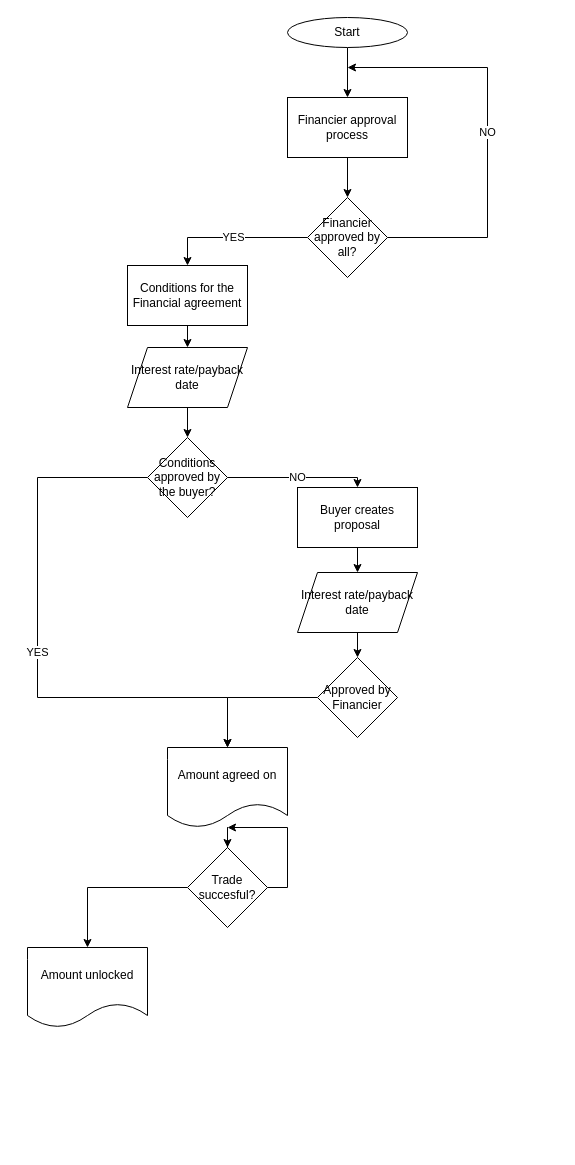
Above: Module_1/Lab_3_Algorithmization/Untitled Diagram.drawio in marciafof/DAFT_0116_OTALORAMarcia (draw.io), before the change. Source tidied: cells renumbered, new cells numbered last; positions are measured from the earlier drawing's top-left corner, leaving out a move shared by most shapes. Both pictures are drawn from the tidied source at 100%, with x=0, y=0 at pixel (27, 17).
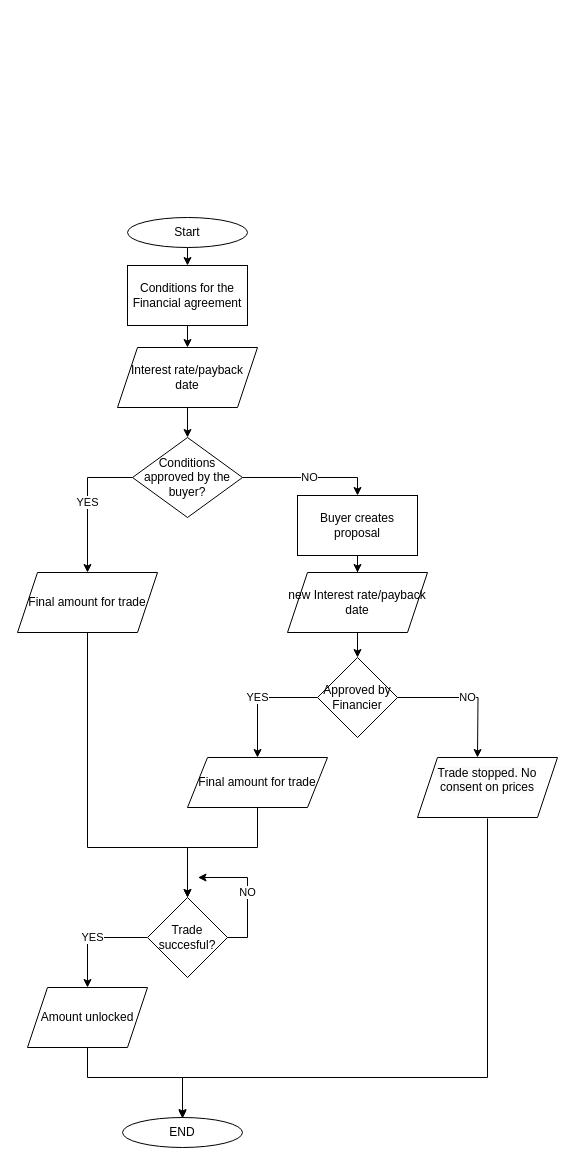
The same diagram, later.

The change refers to these unchanged cells:
```xml
<mxCell id="10" value="Conditions for the Financial agreement" style="whiteSpace=wrap;html=1;rounded=0;" parent="1" vertex="1">
  <mxGeometry x="100" y="248" width="120" height="60" as="geometry" />
</mxCell>
<mxCell id="17" value="Approved by Financier" style="rhombus;whiteSpace=wrap;html=1;rounded=0;" parent="1" vertex="1">
  <mxGeometry x="290" y="640" width="80" height="80" as="geometry" />
</mxCell>
```

Change to the diagram source:
```diff
@@
-    <mxCell id="2" style="edgeStyle=orthogonalEdgeStyle;rounded=0;jettySize=auto;html=1;exitX=0.5;exitY=1;exitDx=0;exitDy=0;entryX=0.5;entryY=0;entryDx=0;entryDy=0;" parent="1" edge="1" source="3" target="5">
-      <mxGeometry relative="1" as="geometry" />
-    </mxCell>
+    <mxCell id="28" style="edgeStyle=orthogonalEdgeStyle;rounded=0;jettySize=auto;html=1;exitX=0.5;exitY=1;exitDx=0;exitDy=0;entryX=0.5;entryY=0;entryDx=0;entryDy=0;" parent="1" edge="1" source="3" target="10">
+      <mxGeometry relative="1" as="geometry" />
+    </mxCell>
     <mxCell id="3" value="Start" style="ellipse;whiteSpace=wrap;html=1;" parent="1" vertex="1">
-      <mxGeometry x="260" width="120" height="30" as="geometry" />
+      <mxGeometry x="100" y="200" width="120" height="30" as="geometry" />
     </mxCell>
-    <mxCell id="4" style="edgeStyle=orthogonalEdgeStyle;rounded=0;jettySize=auto;html=1;" parent="1" edge="1" source="5" target="8">
-      <mxGeometry relative="1" as="geometry" />
-    </mxCell>
-    <mxCell id="5" value="Financier approval process" style="rounded=0;whiteSpace=wrap;html=1;" parent="1" vertex="1">
-      <mxGeometry x="260" y="80" width="120" height="60" as="geometry" />
-    </mxCell>
-    <mxCell id="6" value="YES" style="edgeStyle=orthogonalEdgeStyle;rounded=0;jettySize=auto;html=1;entryX=0.5;entryY=0;entryDx=0;entryDy=0;" parent="1" edge="1" source="8" target="10">
-      <mxGeometry relative="1" as="geometry" />
-    </mxCell>
-    <mxCell id="7" value="NO" style="edgeStyle=orthogonalEdgeStyle;rounded=0;jettySize=auto;html=1;exitX=1;exitY=0.5;exitDx=0;exitDy=0;" parent="1" edge="1" source="8">
-      <mxGeometry relative="1" as="geometry">
-        <mxPoint x="320" y="50" as="targetPoint" />
-        <Array as="points">
-          <mxPoint x="460" y="220" />
-          <mxPoint x="460" y="50" />
-        </Array>
-      </mxGeometry>
-    </mxCell>
-    <mxCell id="8" value="Financier approved by all?" style="rhombus;whiteSpace=wrap;html=1;rounded=0;" parent="1" vertex="1">
-      <mxGeometry x="280" y="180" width="80" height="80" as="geometry" />
-    </mxCell>
-    <mxCell id="9" style="edgeStyle=orthogonalEdgeStyle;rounded=0;jettySize=auto;html=1;entryX=0.5;entryY=0;entryDx=0;entryDy=0;" parent="1" edge="1" source="10" target="25">
+    <mxCell id="9" style="edgeStyle=orthogonalEdgeStyle;rounded=0;jettySize=auto;html=1;exitX=0.5;exitY=1;exitDx=0;exitDy=0;entryX=0.5;entryY=0;entryDx=0;entryDy=0;" parent="1" edge="1" source="10" target="25">
       <mxGeometry relative="1" as="geometry" />
     </mxCell>
@@
-    <mxCell id="12" value="YES" style="edgeStyle=orthogonalEdgeStyle;rounded=0;jettySize=auto;html=1;exitX=0;exitY=0.5;exitDx=0;exitDy=0;entryX=0.5;entryY=0;entryDx=0;entryDy=0;" parent="1" edge="1" source="13" target="19">
-      <mxGeometry relative="1" as="geometry">
-        <Array as="points">
-          <mxPoint x="10" y="460" />
-          <mxPoint x="10" y="680" />
-          <mxPoint x="200" y="680" />
-        </Array>
-      </mxGeometry>
-    </mxCell>
+    <mxCell id="29" value="YES" style="edgeStyle=orthogonalEdgeStyle;rounded=0;jettySize=auto;html=1;exitX=0;exitY=0.5;exitDx=0;exitDy=0;" parent="1" edge="1" source="13" target="35">
+      <mxGeometry relative="1" as="geometry" />
+    </mxCell>
     <mxCell id="13" value="Conditions approved by the buyer?" style="rhombus;whiteSpace=wrap;html=1;rounded=0;" parent="1" vertex="1">
-      <mxGeometry x="120" y="420" width="80" height="80" as="geometry" />
+      <mxGeometry x="105" y="420" width="110" height="80" as="geometry" />
     </mxCell>
@@
     <mxCell id="15" value="Buyer creates proposal" style="whiteSpace=wrap;html=1;rounded=0;" parent="1" vertex="1">
-      <mxGeometry x="270" y="470" width="120" height="60" as="geometry" />
+      <mxGeometry x="270" y="478" width="120" height="60" as="geometry" />
     </mxCell>
-    <mxCell id="16" style="edgeStyle=orthogonalEdgeStyle;rounded=0;jettySize=auto;html=1;entryX=0.5;entryY=0;entryDx=0;entryDy=0;" parent="1" edge="1" source="17" target="19">
-      <mxGeometry relative="1" as="geometry" />
-    </mxCell>
+    <mxCell id="30" value="YES" style="edgeStyle=orthogonalEdgeStyle;rounded=0;jettySize=auto;html=1;exitX=0;exitY=0.5;exitDx=0;exitDy=0;entryX=0.5;entryY=0;entryDx=0;entryDy=0;" parent="1" edge="1" source="17" target="37">
+      <mxGeometry relative="1" as="geometry" />
+    </mxCell>
+    <mxCell id="31" value="NO" style="edgeStyle=orthogonalEdgeStyle;rounded=0;jettySize=auto;html=1;" parent="1" edge="1" source="17">
+      <mxGeometry relative="1" as="geometry">
+        <mxPoint x="450" y="740" as="targetPoint" />
+      </mxGeometry>
+    </mxCell>
@@
-    <mxCell id="18" style="edgeStyle=orthogonalEdgeStyle;rounded=0;jettySize=auto;html=1;" parent="1" edge="1" source="19" target="22">
-      <mxGeometry relative="1" as="geometry" />
-    </mxCell>
-    <mxCell id="19" value="Amount agreed on" style="shape=document;whiteSpace=wrap;html=1;boundedLbl=1;rounded=0;" parent="1" vertex="1">
-      <mxGeometry x="140" y="730" width="120" height="80" as="geometry" />
-    </mxCell>
-    <mxCell id="20" style="edgeStyle=orthogonalEdgeStyle;rounded=0;jettySize=auto;html=1;" parent="1" edge="1" source="22" target="23">
+    <mxCell id="20" value="YES" style="edgeStyle=orthogonalEdgeStyle;rounded=0;jettySize=auto;html=1;exitX=0;exitY=0.5;exitDx=0;exitDy=0;entryX=0.5;entryY=0;entryDx=0;entryDy=0;" parent="1" edge="1" source="22" target="23">
       <mxGeometry relative="1" as="geometry" />
     </mxCell>
-    <mxCell id="21" style="edgeStyle=orthogonalEdgeStyle;rounded=0;jettySize=auto;html=1;exitX=1;exitY=0.5;exitDx=0;exitDy=0;" parent="1" edge="1" source="22">
-      <mxGeometry relative="1" as="geometry">
-        <mxPoint x="200" y="810" as="targetPoint" />
-        <Array as="points">
-          <mxPoint x="260" y="870" />
-          <mxPoint x="260" y="810" />
-          <mxPoint x="200" y="810" />
-        </Array>
-      </mxGeometry>
-    </mxCell>
+    <mxCell id="7" value="NO" style="edgeStyle=orthogonalEdgeStyle;rounded=0;jettySize=auto;html=1;exitX=1;exitY=0.5;exitDx=0;exitDy=0;" parent="1" edge="1" source="22">
+      <mxGeometry relative="1" as="geometry">
+        <mxPoint x="170" y="860" as="targetPoint" />
+      </mxGeometry>
+    </mxCell>
     <mxCell id="22" value="Trade succesful?" style="rhombus;whiteSpace=wrap;html=1;rounded=0;" parent="1" vertex="1">
-      <mxGeometry x="160" y="830" width="80" height="80" as="geometry" />
+      <mxGeometry x="120" y="880" width="80" height="80" as="geometry" />
     </mxCell>
-    <mxCell id="23" value="Amount unlocked" style="shape=document;whiteSpace=wrap;html=1;boundedLbl=1;rounded=0;" parent="1" vertex="1">
-      <mxGeometry y="930" width="120" height="80" as="geometry" />
-    </mxCell>
@@
     <mxCell id="25" value="Interest rate/payback date" style="shape=parallelogram;perimeter=parallelogramPerimeter;whiteSpace=wrap;html=1;fixedSize=1;" parent="1" vertex="1">
-      <mxGeometry x="100" y="330" width="120" height="60" as="geometry" />
+      <mxGeometry x="90" y="330" width="140" height="60" as="geometry" />
     </mxCell>
@@
-    <mxCell id="27" value="Interest rate/payback date" style="shape=parallelogram;perimeter=parallelogramPerimeter;whiteSpace=wrap;html=1;fixedSize=1;" parent="1" vertex="1">
-      <mxGeometry x="270" y="555" width="120" height="60" as="geometry" />
+    <mxCell id="27" value="new Interest rate/payback date" style="shape=parallelogram;perimeter=parallelogramPerimeter;whiteSpace=wrap;html=1;fixedSize=1;" parent="1" vertex="1">
+      <mxGeometry x="260" y="555" width="140" height="60" as="geometry" />
     </mxCell>
+    <mxCell id="32" value="END" style="ellipse;whiteSpace=wrap;html=1;" parent="1" vertex="1">
+      <mxGeometry x="95" y="1100" width="120" height="30" as="geometry" />
+    </mxCell>
+    <mxCell id="33" style="edgeStyle=orthogonalEdgeStyle;rounded=0;jettySize=auto;html=1;exitX=0.5;exitY=1;exitDx=0;exitDy=0;" parent="1" edge="1" source="23" target="32">
+      <mxGeometry relative="1" as="geometry">
+        <Array as="points">
+          <mxPoint x="60" y="1060" />
+          <mxPoint x="155" y="1060" />
+        </Array>
+      </mxGeometry>
+    </mxCell>
+    <mxCell id="23" value="Amount unlocked" style="shape=parallelogram;perimeter=parallelogramPerimeter;whiteSpace=wrap;html=1;fixedSize=1;" parent="1" vertex="1">
+      <mxGeometry y="970" width="120" height="60" as="geometry" />
+    </mxCell>
+    <mxCell id="34" style="edgeStyle=orthogonalEdgeStyle;rounded=0;jettySize=auto;html=1;exitX=0.5;exitY=1;exitDx=0;exitDy=0;" parent="1" edge="1" source="35" target="22">
+      <mxGeometry relative="1" as="geometry">
+        <Array as="points">
+          <mxPoint x="60" y="830" />
+          <mxPoint x="160" y="830" />
+        </Array>
+      </mxGeometry>
+    </mxCell>
+    <mxCell id="35" value="Final amount for trade" style="shape=parallelogram;perimeter=parallelogramPerimeter;whiteSpace=wrap;html=1;fixedSize=1;" parent="1" vertex="1">
+      <mxGeometry x="-10" y="555" width="140" height="60" as="geometry" />
+    </mxCell>
+    <mxCell id="36" style="edgeStyle=orthogonalEdgeStyle;rounded=0;jettySize=auto;html=1;exitX=0.5;exitY=1;exitDx=0;exitDy=0;" parent="1" edge="1" source="37" target="22">
+      <mxGeometry relative="1" as="geometry">
+        <Array as="points">
+          <mxPoint x="230" y="830" />
+          <mxPoint x="160" y="830" />
+        </Array>
+      </mxGeometry>
+    </mxCell>
+    <mxCell id="37" value="Final amount for trade" style="shape=parallelogram;perimeter=parallelogramPerimeter;whiteSpace=wrap;html=1;fixedSize=1;" parent="1" vertex="1">
+      <mxGeometry x="160" y="740" width="140" height="50" as="geometry" />
+    </mxCell>
+    <mxCell id="38" style="edgeStyle=orthogonalEdgeStyle;rounded=0;orthogonalLoop=1;jettySize=auto;html=1;exitX=0.5;exitY=1;exitDx=0;exitDy=0;entryX=0.5;entryY=0;entryDx=0;entryDy=0;" parent="1" edge="1">
+      <mxGeometry relative="1" as="geometry">
+        <mxPoint x="460" y="801" as="sourcePoint" />
+        <mxPoint x="155" y="1101" as="targetPoint" />
+        <Array as="points">
+          <mxPoint x="460" y="1060" />
+          <mxPoint x="155" y="1060" />
+        </Array>
+      </mxGeometry>
+    </mxCell>
+    <mxCell id="39" value="&#10;&lt;span style=&quot;color: rgb(0, 0, 0); font-family: Helvetica; font-size: 12px; font-style: normal; font-variant-ligatures: normal; font-variant-caps: normal; font-weight: 400; letter-spacing: normal; orphans: 2; text-align: center; text-indent: 0px; text-transform: none; widows: 2; word-spacing: 0px; -webkit-text-stroke-width: 0px; background-color: rgb(251, 251, 251); text-decoration-thickness: initial; text-decoration-style: initial; text-decoration-color: initial; float: none; display: inline !important;&quot;&gt;Trade stopped. No consent on prices&lt;/span&gt;&#10;&#10;" style="shape=parallelogram;perimeter=parallelogramPerimeter;whiteSpace=wrap;html=1;fixedSize=1;" parent="1" vertex="1">
+      <mxGeometry x="390" y="740" width="140" height="60" as="geometry" />
+    </mxCell>
```
